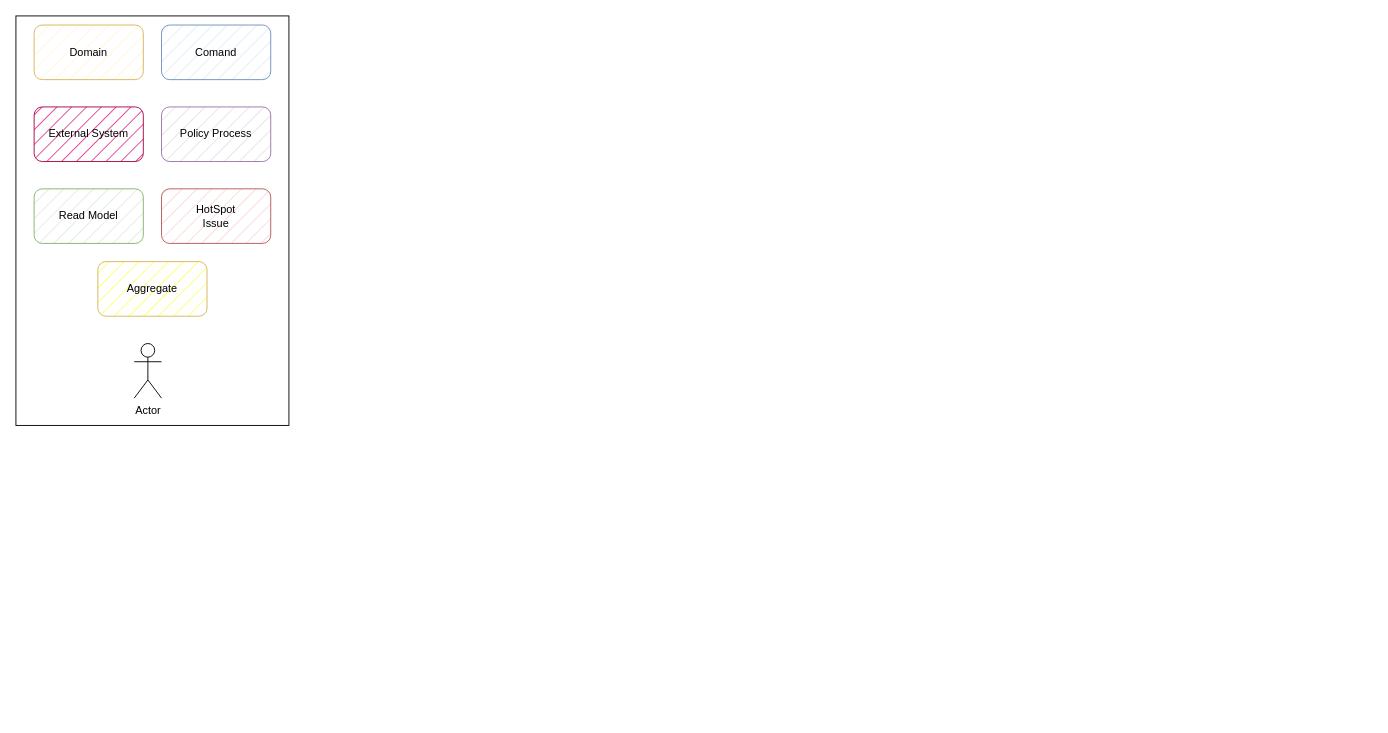
CAS735-F23/macrun-yi_xiaoran_xue keeps this draw.io diagram as 735.drawio. Above is the earlier version. Source tidied: cells renumbered, new cells numbered last; positions are measured from the earlier drawing's top-left corner, leaving out a move shared by most shapes. Both pictures are drawn from the tidied source at 91%, with x=0, y=0 at pixel (15, 15).
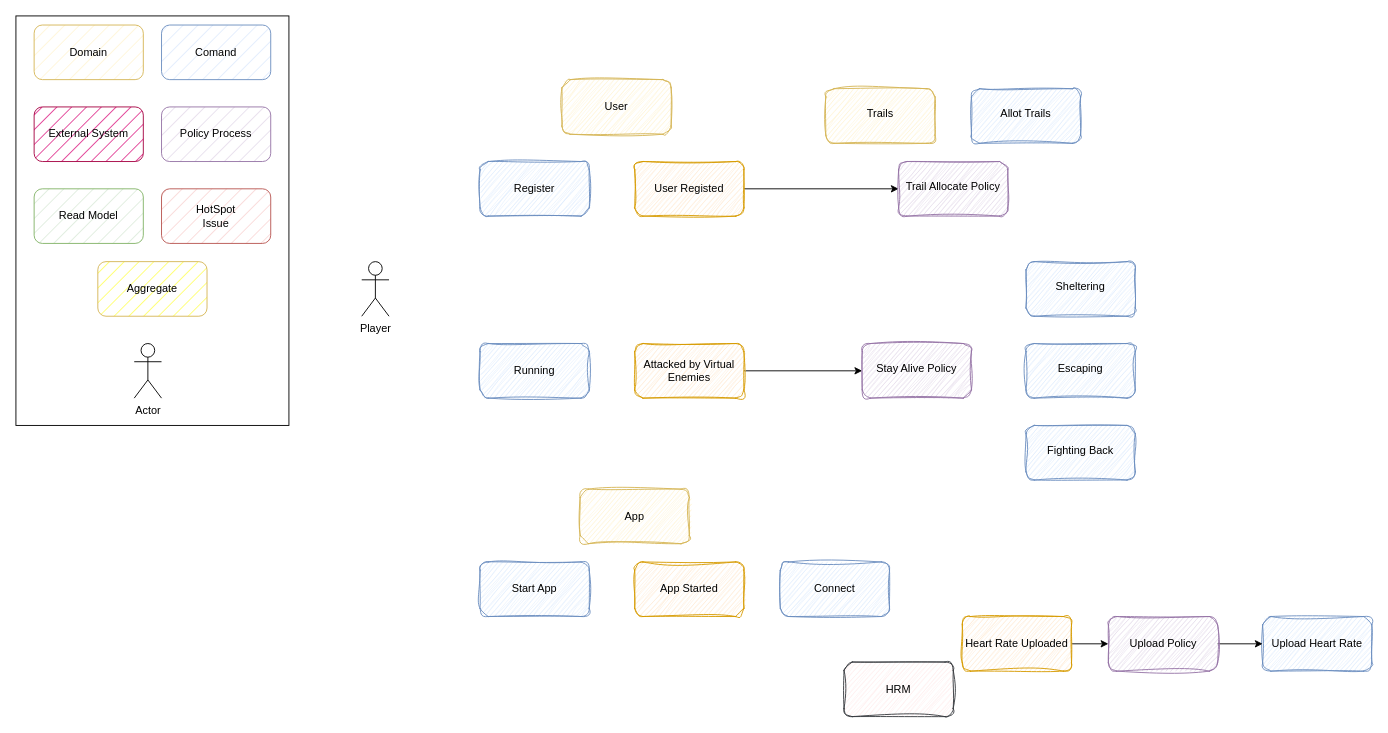
The same diagram, later.

What changed in the source:
```diff
@@
+    <mxCell id="12" value="Player" style="shape=umlActor;verticalLabelPosition=bottom;verticalAlign=top;html=1;" parent="1" vertex="1">
+      <mxGeometry x="380" y="270" width="30" height="60" as="geometry" />
+    </mxCell>
+    <mxCell id="13" value="Register" style="rounded=1;whiteSpace=wrap;html=1;fillColor=#dae8fc;strokeColor=#6c8ebf;fillStyle=hatch;sketch=1;curveFitting=1;jiggle=2;" parent="1" vertex="1">
+      <mxGeometry x="510" y="160" width="120" height="60" as="geometry" />
+    </mxCell>
+    <mxCell id="14" value="User" style="rounded=1;whiteSpace=wrap;html=1;sketch=1;jiggle=2;fillStyle=hatch;curveFitting=1;strokeColor=#d6b656;align=center;verticalAlign=middle;fontFamily=Helvetica;fontSize=12;fillColor=#fff2cc;" parent="1" vertex="1">
+      <mxGeometry x="600" y="70" width="120" height="60" as="geometry" />
+    </mxCell>
+    <mxCell id="15" style="edgeStyle=orthogonalEdgeStyle;rounded=0;jettySize=auto;html=1;entryX=0;entryY=0.5;entryDx=0;entryDy=0;fontFamily=Helvetica;fontSize=12;fontColor=default;" parent="1" edge="1" source="16" target="17">
+      <mxGeometry relative="1" as="geometry" />
+    </mxCell>
+    <mxCell id="16" value="User Registed" style="rounded=1;whiteSpace=wrap;html=1;sketch=1;jiggle=2;fillStyle=hatch;curveFitting=1;strokeColor=#d79b00;align=center;verticalAlign=middle;fontFamily=Helvetica;fontSize=12;fillColor=#ffe6cc;" parent="1" vertex="1">
+      <mxGeometry x="680" y="160" width="120" height="60" as="geometry" />
+    </mxCell>
+    <mxCell id="17" value="&lt;br&gt;Trail Allocate Policy" style="rounded=1;whiteSpace=wrap;html=1;sketch=1;jiggle=2;fillStyle=hatch;curveFitting=1;strokeColor=#9673a6;align=center;verticalAlign=top;fontFamily=Helvetica;fontSize=12;fillColor=#e1d5e7;" parent="1" vertex="1">
+      <mxGeometry x="970" y="160" width="120" height="60" as="geometry" />
+    </mxCell>
+    <mxCell id="18" value="&lt;br&gt;Trails" style="rounded=1;whiteSpace=wrap;html=1;sketch=1;jiggle=2;fillStyle=hatch;curveFitting=1;strokeColor=#d6b656;align=center;verticalAlign=top;fontFamily=Helvetica;fontSize=12;fillColor=#fff2cc;" parent="1" vertex="1">
+      <mxGeometry x="890" y="80" width="120" height="60" as="geometry" />
+    </mxCell>
+    <mxCell id="19" value="&lt;br&gt;Allot Trails" style="rounded=1;whiteSpace=wrap;html=1;fillStyle=hatch;strokeColor=#6c8ebf;align=center;verticalAlign=top;fontFamily=Helvetica;fontSize=12;fillColor=#dae8fc;sketch=1;curveFitting=1;jiggle=2;" parent="1" vertex="1">
+      <mxGeometry x="1050" y="80" width="120" height="60" as="geometry" />
+    </mxCell>
+    <mxCell id="20" style="edgeStyle=orthogonalEdgeStyle;rounded=0;jettySize=auto;html=1;entryX=0;entryY=0.5;entryDx=0;entryDy=0;fontFamily=Helvetica;fontSize=12;fontColor=default;" parent="1" edge="1" source="21" target="23">
+      <mxGeometry relative="1" as="geometry" />
+    </mxCell>
+    <mxCell id="21" value="Attacked by Virtual Enemies" style="rounded=1;whiteSpace=wrap;html=1;sketch=1;jiggle=2;fillStyle=hatch;curveFitting=1;strokeColor=#d79b00;align=center;verticalAlign=middle;fontFamily=Helvetica;fontSize=12;fillColor=#ffe6cc;" parent="1" vertex="1">
+      <mxGeometry x="680" y="360" width="120" height="60" as="geometry" />
+    </mxCell>
+    <mxCell id="22" value="Running" style="rounded=1;whiteSpace=wrap;html=1;fillColor=#dae8fc;strokeColor=#6c8ebf;fillStyle=hatch;sketch=1;curveFitting=1;jiggle=2;" parent="1" vertex="1">
+      <mxGeometry x="510" y="360" width="120" height="60" as="geometry" />
+    </mxCell>
+    <mxCell id="23" value="&lt;br&gt;Stay Alive Policy" style="rounded=1;whiteSpace=wrap;html=1;sketch=1;jiggle=2;fillStyle=hatch;curveFitting=1;strokeColor=#9673a6;align=center;verticalAlign=top;fontFamily=Helvetica;fontSize=12;fillColor=#e1d5e7;" parent="1" vertex="1">
+      <mxGeometry x="930" y="360" width="120" height="60" as="geometry" />
+    </mxCell>
+    <mxCell id="24" value="&lt;br&gt;Sheltering" style="rounded=1;whiteSpace=wrap;html=1;fillStyle=hatch;strokeColor=#6c8ebf;align=center;verticalAlign=top;fontFamily=Helvetica;fontSize=12;fillColor=#dae8fc;sketch=1;curveFitting=1;jiggle=2;" parent="1" vertex="1">
+      <mxGeometry x="1110" y="270" width="120" height="60" as="geometry" />
+    </mxCell>
+    <mxCell id="25" value="&lt;br&gt;Escaping" style="rounded=1;whiteSpace=wrap;html=1;fillStyle=hatch;strokeColor=#6c8ebf;align=center;verticalAlign=top;fontFamily=Helvetica;fontSize=12;fillColor=#dae8fc;sketch=1;curveFitting=1;jiggle=2;" parent="1" vertex="1">
+      <mxGeometry x="1110" y="360" width="120" height="60" as="geometry" />
+    </mxCell>
+    <mxCell id="26" value="&lt;br&gt;Fighting Back" style="rounded=1;whiteSpace=wrap;html=1;fillStyle=hatch;strokeColor=#6c8ebf;align=center;verticalAlign=top;fontFamily=Helvetica;fontSize=12;fillColor=#dae8fc;sketch=1;curveFitting=1;jiggle=2;" parent="1" vertex="1">
+      <mxGeometry x="1110" y="450" width="120" height="60" as="geometry" />
+    </mxCell>
+    <mxCell id="27" value="HRM" style="rounded=1;whiteSpace=wrap;html=1;sketch=1;jiggle=2;fillStyle=hatch;curveFitting=1;strokeColor=#36393d;align=center;verticalAlign=middle;fontFamily=Helvetica;fontSize=12;fillColor=#FFE9E8;" parent="1" vertex="1">
+      <mxGeometry x="910" y="710" width="120" height="60" as="geometry" />
+    </mxCell>
+    <mxCell id="28" value="Start App" style="rounded=1;whiteSpace=wrap;html=1;fillColor=#dae8fc;strokeColor=#6c8ebf;fillStyle=hatch;sketch=1;curveFitting=1;jiggle=2;" parent="1" vertex="1">
+      <mxGeometry x="510" y="600" width="120" height="60" as="geometry" />
+    </mxCell>
+    <mxCell id="29" value="Upload Heart Rate" style="rounded=1;whiteSpace=wrap;html=1;sketch=1;jiggle=2;fillStyle=hatch;curveFitting=1;strokeColor=#6c8ebf;align=center;verticalAlign=middle;fontFamily=Helvetica;fontSize=12;fillColor=#dae8fc;" parent="1" vertex="1">
+      <mxGeometry x="1370" y="660" width="120" height="60" as="geometry" />
+    </mxCell>
+    <mxCell id="30" value="App" style="rounded=1;whiteSpace=wrap;html=1;sketch=1;jiggle=2;fillStyle=hatch;curveFitting=1;strokeColor=#d6b656;align=center;verticalAlign=middle;fontFamily=Helvetica;fontSize=12;fillColor=#fff2cc;" parent="1" vertex="1">
+      <mxGeometry x="620" y="520" width="120" height="60" as="geometry" />
+    </mxCell>
+    <mxCell id="31" value="App Started" style="rounded=1;whiteSpace=wrap;html=1;sketch=1;jiggle=2;fillStyle=hatch;curveFitting=1;strokeColor=#d79b00;align=center;verticalAlign=middle;fontFamily=Helvetica;fontSize=12;fillColor=#ffe6cc;" parent="1" vertex="1">
+      <mxGeometry x="680" y="600" width="120" height="60" as="geometry" />
+    </mxCell>
+    <mxCell id="32" style="edgeStyle=orthogonalEdgeStyle;rounded=0;jettySize=auto;html=1;" parent="1" edge="1" source="33" target="29">
+      <mxGeometry relative="1" as="geometry" />
+    </mxCell>
+    <mxCell id="33" value="Upload Policy" style="rounded=1;whiteSpace=wrap;html=1;sketch=1;jiggle=2;fillStyle=hatch;curveFitting=1;strokeColor=#9673a6;align=center;verticalAlign=middle;fontFamily=Helvetica;fontSize=12;fillColor=#e1d5e7;" parent="1" vertex="1">
+      <mxGeometry x="1200.5" y="660" width="120" height="60" as="geometry" />
+    </mxCell>
+    <mxCell id="34" style="edgeStyle=orthogonalEdgeStyle;rounded=0;jettySize=auto;html=1;entryX=0;entryY=0.5;entryDx=0;entryDy=0;fontFamily=Helvetica;fontSize=12;fontColor=default;" parent="1" edge="1" source="35" target="33">
+      <mxGeometry relative="1" as="geometry" />
+    </mxCell>
+    <mxCell id="35" value="Heart Rate Uploaded" style="rounded=1;whiteSpace=wrap;html=1;sketch=1;jiggle=2;fillStyle=hatch;curveFitting=1;strokeColor=#d79b00;align=center;verticalAlign=middle;fontFamily=Helvetica;fontSize=12;fillColor=#ffe6cc;" parent="1" vertex="1">
+      <mxGeometry x="1040" y="660" width="120" height="60" as="geometry" />
+    </mxCell>
+    <mxCell id="36" value="Connect" style="rounded=1;whiteSpace=wrap;html=1;sketch=1;jiggle=2;fillStyle=hatch;curveFitting=1;strokeColor=#6c8ebf;align=center;verticalAlign=middle;fontFamily=Helvetica;fontSize=12;fillColor=#dae8fc;" parent="1" vertex="1">
+      <mxGeometry x="840" y="600" width="120" height="60" as="geometry" />
+    </mxCell>
+    <mxCell id="37" style="edgeStyle=orthogonalEdgeStyle;rounded=0;orthogonalLoop=1;jettySize=auto;html=1;exitX=0.5;exitY=1;exitDx=0;exitDy=0;fontFamily=Helvetica;fontSize=12;fontColor=default;" parent="1" edge="1" source="33" target="33">
+      <mxGeometry relative="1" as="geometry" />
+    </mxCell>
```
